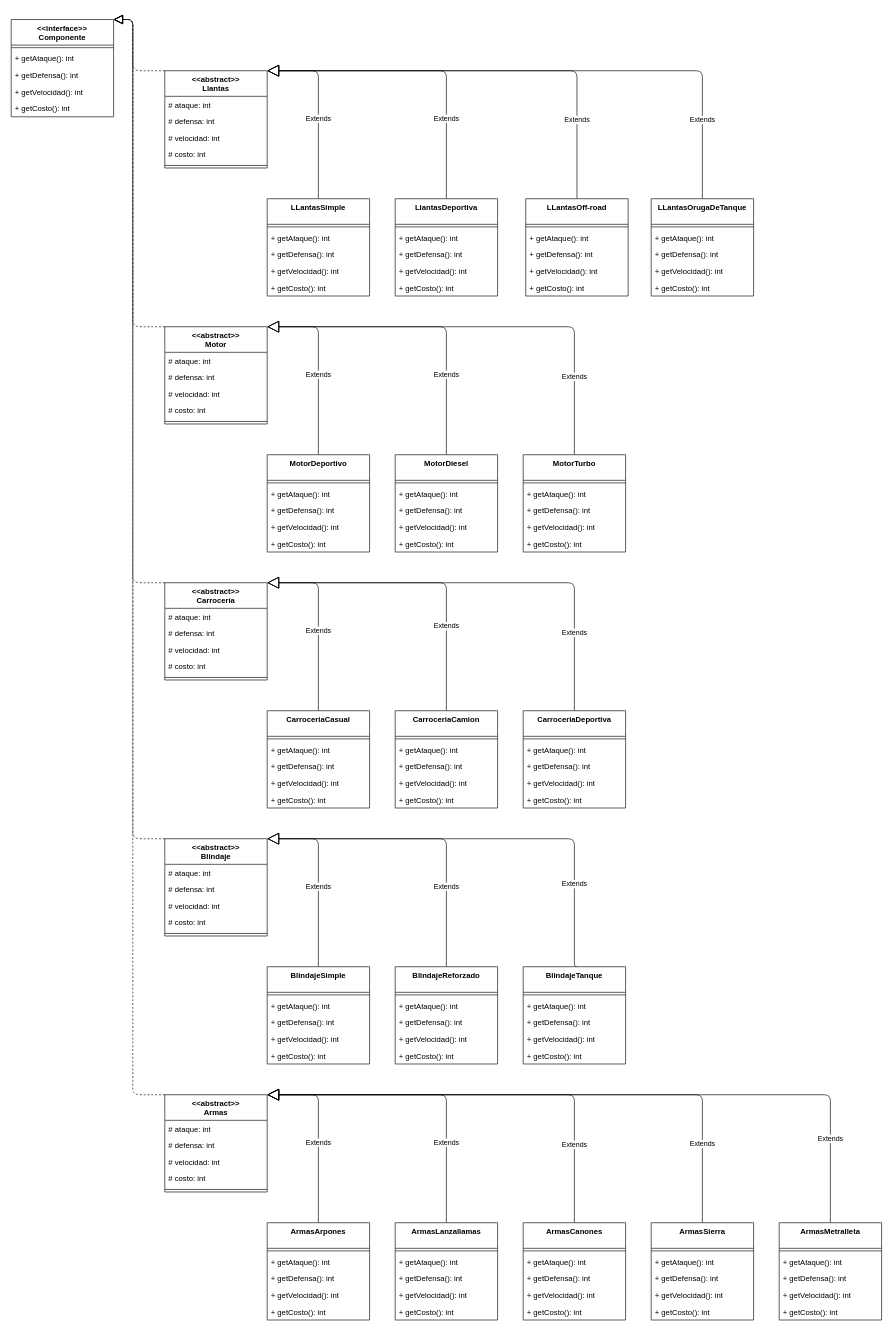
Earlier version of the draw.io diagram page "Page-1" (1 of 2) of Practica3v3.drawio (Rogarpa/Practica-3-Modelado-y-Programacion). Source tidied: cells renumbered, new cells numbered last; positions are measured from the earlier drawing's top-left corner, leaving out a move shared by most shapes. Both pictures are drawn from the tidied source at 64%, with x=0, y=0 at pixel (11, 19).
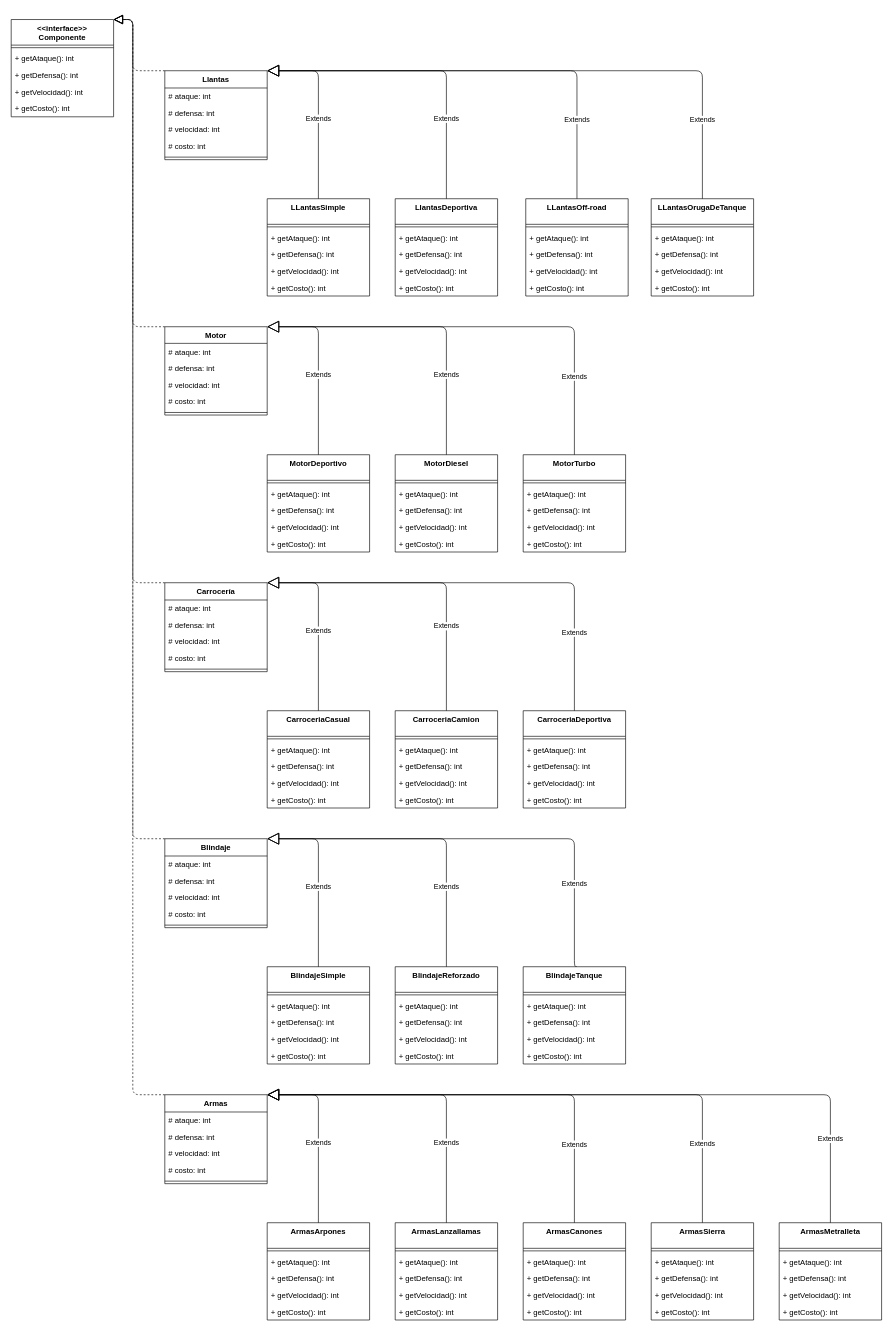
The same diagram, later.

Change to the diagram source:
```diff
@@
-    <mxCell id="50" value="&lt;&lt;abstract&gt;&gt;&#10;Llantas" style="swimlane;fontStyle=1;align=center;verticalAlign=top;horizontal=1;startSize=40;" parent="1" vertex="1">
-      <mxGeometry x="240" y="80" width="160" height="152" as="geometry" />
+    <mxCell id="50" value="Llantas" style="swimlane;fontStyle=1;align=center;verticalAlign=top;horizontal=1;startSize=27;" parent="1" vertex="1">
+      <mxGeometry x="240" y="80" width="160" height="139" as="geometry" />
     </mxCell>
     <mxCell id="51" value="# ataque: int" style="text;strokeColor=none;fillColor=none;align=left;verticalAlign=top;spacingLeft=4;spacingRight=4;overflow=hidden;" parent="50" vertex="1">
-      <mxGeometry y="40" width="160" height="26" as="geometry" />
+      <mxGeometry y="27" width="160" height="26" as="geometry" />
     </mxCell>
     <mxCell id="52" value="# defensa: int" style="text;strokeColor=none;fillColor=none;align=left;verticalAlign=top;spacingLeft=4;spacingRight=4;overflow=hidden;" parent="50" vertex="1">
-      <mxGeometry y="66" width="160" height="26" as="geometry" />
+      <mxGeometry y="53" width="160" height="26" as="geometry" />
     </mxCell>
     <mxCell id="53" value="# velocidad: int" style="text;strokeColor=none;fillColor=none;align=left;verticalAlign=top;spacingLeft=4;spacingRight=4;overflow=hidden;" parent="50" vertex="1">
-      <mxGeometry y="92" width="160" height="26" as="geometry" />
+      <mxGeometry y="79" width="160" height="26" as="geometry" />
     </mxCell>
     <mxCell id="54" value="# costo: int" style="text;strokeColor=none;fillColor=none;align=left;verticalAlign=top;spacingLeft=4;spacingRight=4;overflow=hidden;" parent="50" vertex="1">
-      <mxGeometry y="118" width="160" height="26" as="geometry" />
+      <mxGeometry y="105" width="160" height="26" as="geometry" />
     </mxCell>
     <mxCell id="55" style="line;strokeWidth=1;fillColor=none;align=left;verticalAlign=middle;spacingTop=-1;spacingLeft=3;spacingRight=3;labelPosition=right;" parent="50" vertex="1">
-      <mxGeometry y="144" width="160" height="8" as="geometry" />
+      <mxGeometry y="131" width="160" height="8" as="geometry" />
     </mxCell>
@@
-    <mxCell id="80" value="&lt;&lt;abstract&gt;&gt;&#10;Armas" style="swimlane;fontStyle=1;align=center;verticalAlign=top;horizontal=1;startSize=40;" parent="1" vertex="1">
-      <mxGeometry x="240" y="1680" width="160" height="152" as="geometry" />
+    <mxCell id="80" value="Armas" style="swimlane;fontStyle=1;align=center;verticalAlign=top;horizontal=1;startSize=27;" parent="1" vertex="1">
+      <mxGeometry x="240" y="1680" width="160" height="139" as="geometry" />
     </mxCell>
     <mxCell id="81" value="# ataque: int" style="text;strokeColor=none;fillColor=none;align=left;verticalAlign=top;spacingLeft=4;spacingRight=4;overflow=hidden;" parent="80" vertex="1">
-      <mxGeometry y="40" width="160" height="26" as="geometry" />
+      <mxGeometry y="27" width="160" height="26" as="geometry" />
     </mxCell>
     <mxCell id="82" value="# defensa: int" style="text;strokeColor=none;fillColor=none;align=left;verticalAlign=top;spacingLeft=4;spacingRight=4;overflow=hidden;" parent="80" vertex="1">
-      <mxGeometry y="66" width="160" height="26" as="geometry" />
+      <mxGeometry y="53" width="160" height="26" as="geometry" />
     </mxCell>
     <mxCell id="83" value="# velocidad: int" style="text;strokeColor=none;fillColor=none;align=left;verticalAlign=top;spacingLeft=4;spacingRight=4;overflow=hidden;" parent="80" vertex="1">
-      <mxGeometry y="92" width="160" height="26" as="geometry" />
+      <mxGeometry y="79" width="160" height="26" as="geometry" />
     </mxCell>
     <mxCell id="84" value="# costo: int" style="text;strokeColor=none;fillColor=none;align=left;verticalAlign=top;spacingLeft=4;spacingRight=4;overflow=hidden;" parent="80" vertex="1">
-      <mxGeometry y="118" width="160" height="26" as="geometry" />
+      <mxGeometry y="105" width="160" height="26" as="geometry" />
     </mxCell>
     <mxCell id="85" style="line;strokeWidth=1;fillColor=none;align=left;verticalAlign=middle;spacingTop=-1;spacingLeft=3;spacingRight=3;labelPosition=right;" parent="80" vertex="1">
-      <mxGeometry y="144" width="160" height="8" as="geometry" />
+      <mxGeometry y="131" width="160" height="8" as="geometry" />
     </mxCell>
@@
-    <mxCell id="91" value="&lt;&lt;abstract&gt;&gt;&#10;Motor" style="swimlane;fontStyle=1;align=center;verticalAlign=top;horizontal=1;startSize=40;" parent="1" vertex="1">
-      <mxGeometry x="240" y="480" width="160" height="152" as="geometry" />
+    <mxCell id="91" value="Motor" style="swimlane;fontStyle=1;align=center;verticalAlign=top;horizontal=1;startSize=26;" parent="1" vertex="1">
+      <mxGeometry x="240" y="480" width="160" height="138" as="geometry" />
     </mxCell>
     <mxCell id="92" value="# ataque: int" style="text;strokeColor=none;fillColor=none;align=left;verticalAlign=top;spacingLeft=4;spacingRight=4;overflow=hidden;" parent="91" vertex="1">
-      <mxGeometry y="40" width="160" height="26" as="geometry" />
+      <mxGeometry y="26" width="160" height="26" as="geometry" />
     </mxCell>
     <mxCell id="93" value="# defensa: int" style="text;strokeColor=none;fillColor=none;align=left;verticalAlign=top;spacingLeft=4;spacingRight=4;overflow=hidden;" parent="91" vertex="1">
-      <mxGeometry y="66" width="160" height="26" as="geometry" />
+      <mxGeometry y="52" width="160" height="26" as="geometry" />
     </mxCell>
     <mxCell id="94" value="# velocidad: int" style="text;strokeColor=none;fillColor=none;align=left;verticalAlign=top;spacingLeft=4;spacingRight=4;overflow=hidden;" parent="91" vertex="1">
-      <mxGeometry y="92" width="160" height="26" as="geometry" />
+      <mxGeometry y="78" width="160" height="26" as="geometry" />
     </mxCell>
     <mxCell id="95" value="# costo: int" style="text;strokeColor=none;fillColor=none;align=left;verticalAlign=top;spacingLeft=4;spacingRight=4;overflow=hidden;" parent="91" vertex="1">
-      <mxGeometry y="118" width="160" height="26" as="geometry" />
+      <mxGeometry y="104" width="160" height="26" as="geometry" />
     </mxCell>
     <mxCell id="96" style="line;strokeWidth=1;fillColor=none;align=left;verticalAlign=middle;spacingTop=-1;spacingLeft=3;spacingRight=3;labelPosition=right;" parent="91" vertex="1">
-      <mxGeometry y="144" width="160" height="8" as="geometry" />
+      <mxGeometry y="130" width="160" height="8" as="geometry" />
     </mxCell>
-    <mxCell id="97" value="&lt;&lt;abstract&gt;&gt;&#10;Carrocería" style="swimlane;fontStyle=1;align=center;verticalAlign=top;horizontal=1;startSize=40;" parent="1" vertex="1">
-      <mxGeometry x="240" y="880" width="160" height="152" as="geometry" />
+    <mxCell id="97" value="Carrocería" style="swimlane;fontStyle=1;align=center;verticalAlign=top;horizontal=1;startSize=27;" parent="1" vertex="1">
+      <mxGeometry x="240" y="880" width="160" height="139" as="geometry" />
     </mxCell>
     <mxCell id="98" value="# ataque: int" style="text;strokeColor=none;fillColor=none;align=left;verticalAlign=top;spacingLeft=4;spacingRight=4;overflow=hidden;" parent="97" vertex="1">
-      <mxGeometry y="40" width="160" height="26" as="geometry" />
+      <mxGeometry y="27" width="160" height="26" as="geometry" />
     </mxCell>
     <mxCell id="99" value="# defensa: int" style="text;strokeColor=none;fillColor=none;align=left;verticalAlign=top;spacingLeft=4;spacingRight=4;overflow=hidden;" parent="97" vertex="1">
-      <mxGeometry y="66" width="160" height="26" as="geometry" />
+      <mxGeometry y="53" width="160" height="26" as="geometry" />
     </mxCell>
     <mxCell id="100" value="# velocidad: int" style="text;strokeColor=none;fillColor=none;align=left;verticalAlign=top;spacingLeft=4;spacingRight=4;overflow=hidden;" parent="97" vertex="1">
-      <mxGeometry y="92" width="160" height="26" as="geometry" />
+      <mxGeometry y="79" width="160" height="26" as="geometry" />
     </mxCell>
     <mxCell id="101" value="# costo: int" style="text;strokeColor=none;fillColor=none;align=left;verticalAlign=top;spacingLeft=4;spacingRight=4;overflow=hidden;" parent="97" vertex="1">
-      <mxGeometry y="118" width="160" height="26" as="geometry" />
+      <mxGeometry y="105" width="160" height="26" as="geometry" />
     </mxCell>
     <mxCell id="102" style="line;strokeWidth=1;fillColor=none;align=left;verticalAlign=middle;spacingTop=-1;spacingLeft=3;spacingRight=3;labelPosition=right;" parent="97" vertex="1">
-      <mxGeometry y="144" width="160" height="8" as="geometry" />
+      <mxGeometry y="131" width="160" height="8" as="geometry" />
     </mxCell>
-    <mxCell id="103" value="&lt;&lt;abstract&gt;&gt;&#10;Blindaje" style="swimlane;fontStyle=1;align=center;verticalAlign=top;horizontal=1;startSize=40;" parent="1" vertex="1">
-      <mxGeometry x="240" y="1280" width="160" height="152" as="geometry" />
+    <mxCell id="103" value="Blindaje" style="swimlane;fontStyle=1;align=center;verticalAlign=top;horizontal=1;startSize=27;" parent="1" vertex="1">
+      <mxGeometry x="240" y="1280" width="160" height="139" as="geometry" />
     </mxCell>
     <mxCell id="104" value="# ataque: int" style="text;strokeColor=none;fillColor=none;align=left;verticalAlign=top;spacingLeft=4;spacingRight=4;overflow=hidden;" parent="103" vertex="1">
-      <mxGeometry y="40" width="160" height="26" as="geometry" />
+      <mxGeometry y="27" width="160" height="26" as="geometry" />
     </mxCell>
     <mxCell id="105" value="# defensa: int" style="text;strokeColor=none;fillColor=none;align=left;verticalAlign=top;spacingLeft=4;spacingRight=4;overflow=hidden;" parent="103" vertex="1">
-      <mxGeometry y="66" width="160" height="26" as="geometry" />
+      <mxGeometry y="53" width="160" height="26" as="geometry" />
     </mxCell>
     <mxCell id="106" value="# velocidad: int" style="text;strokeColor=none;fillColor=none;align=left;verticalAlign=top;spacingLeft=4;spacingRight=4;overflow=hidden;" parent="103" vertex="1">
-      <mxGeometry y="92" width="160" height="26" as="geometry" />
+      <mxGeometry y="79" width="160" height="26" as="geometry" />
     </mxCell>
     <mxCell id="107" value="# costo: int" style="text;strokeColor=none;fillColor=none;align=left;verticalAlign=top;spacingLeft=4;spacingRight=4;overflow=hidden;" parent="103" vertex="1">
-      <mxGeometry y="118" width="160" height="26" as="geometry" />
+      <mxGeometry y="105" width="160" height="26" as="geometry" />
     </mxCell>
     <mxCell id="108" style="line;strokeWidth=1;fillColor=none;align=left;verticalAlign=middle;spacingTop=-1;spacingLeft=3;spacingRight=3;labelPosition=right;" parent="103" vertex="1">
-      <mxGeometry y="144" width="160" height="8" as="geometry" />
+      <mxGeometry y="131" width="160" height="8" as="geometry" />
     </mxCell>
```
